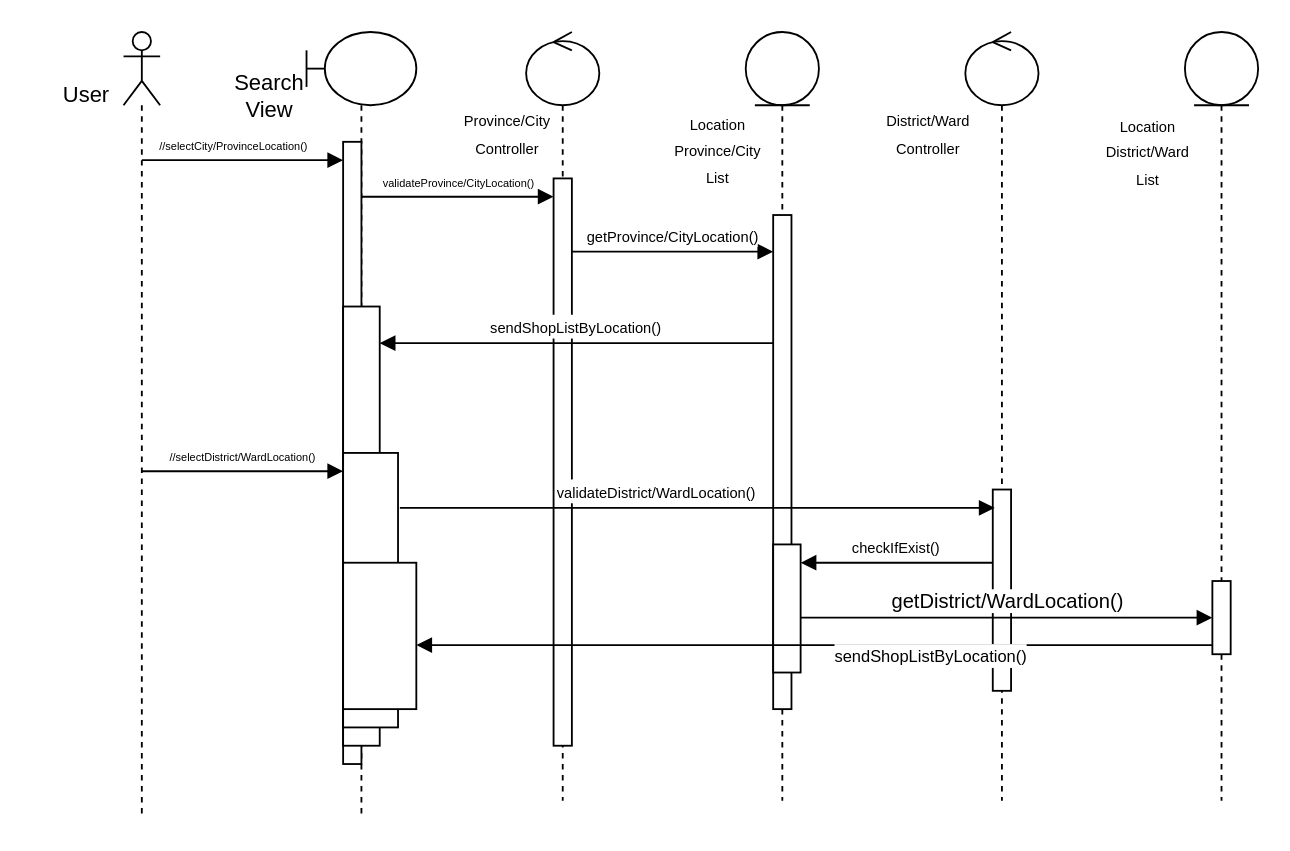
Earlier version of the draw.io diagram page "Design" (3 of 4) of Biểu đồ không có tiêu đề.drawio (TrungQuannn/ss2). Source tidied: cells renumbered, new cells numbered last; positions are measured from the earlier drawing's top-left corner, leaving out a move shared by most shapes. Both pictures are drawn from the tidied source at 183%, with x=0, y=0 at pixel (31, 31).
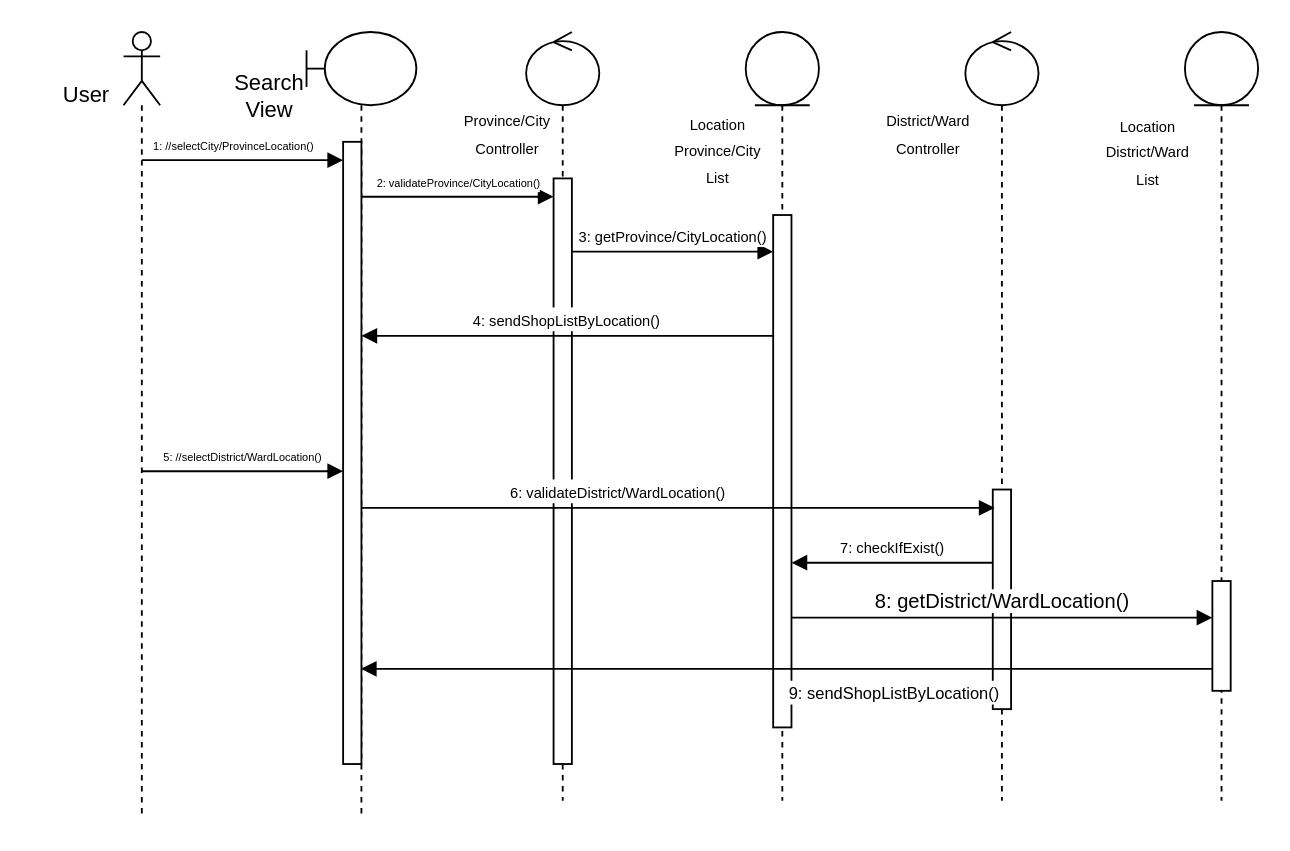
After the change.

Unchanged cells that the change refers to:
```xml
<mxCell id="3" style="shape=umlLifeline;perimeter=lifelinePerimeter;whiteSpace=wrap;html=1;newEdgeStyle={&quot;curved&quot;:0,&quot;rounded&quot;:0};participant=umlBoundary;" parent="1" vertex="1">
  <mxGeometry x="150" width="60" height="430" as="geometry" />
</mxCell>
<mxCell id="4" style="html=1;points=[[0,0,0,0,5],[0,1,0,0,-5],[1,0,0,0,5],[1,1,0,0,-5]];perimeter=orthogonalPerimeter;outlineConnect=0;targetShapes=umlLifeline;portConstraint=eastwest;newEdgeStyle={&quot;curved&quot;:0,&quot;rounded&quot;:0};" parent="3" vertex="1">
  <mxGeometry x="20" y="60" width="10" height="340" as="geometry" />
</mxCell>
<mxCell id="8" style="shape=umlLifeline;perimeter=lifelinePerimeter;whiteSpace=wrap;html=1;newEdgeStyle={&quot;curved&quot;:0,&quot;rounded&quot;:0};participant=umlEntity;" parent="1" vertex="1">
  <mxGeometry x="390" width="40" height="420" as="geometry" />
</mxCell>
<mxCell id="11" style="shape=umlLifeline;perimeter=lifelinePerimeter;whiteSpace=wrap;html=1;newEdgeStyle={&quot;curved&quot;:0,&quot;rounded&quot;:0};participant=umlEntity;" parent="1" vertex="1">
  <mxGeometry x="630" width="40" height="420" as="geometry" />
</mxCell>
<mxCell id="13" style="shape=umlLifeline;perimeter=lifelinePerimeter;whiteSpace=wrap;html=1;newEdgeStyle={&quot;curved&quot;:0,&quot;rounded&quot;:0};participant=umlControl;" parent="1" vertex="1">
  <mxGeometry x="270" width="40" height="420" as="geometry" />
</mxCell>
<mxCell id="15" style="shape=umlLifeline;perimeter=lifelinePerimeter;whiteSpace=wrap;html=1;newEdgeStyle={&quot;curved&quot;:0,&quot;rounded&quot;:0};participant=umlControl;" parent="1" vertex="1">
  <mxGeometry x="510" width="40" height="420" as="geometry" />
</mxCell>
```

The edit, as a diff of the source:
```diff
@@
-    <mxCell id="5" style="html=1;perimeter=orthogonalPerimeter;targetShapes=umlLifeline;newEdgeStyle={&quot;curved&quot;:0,&quot;rounded&quot;:0};" parent="3" vertex="1">
-      <mxGeometry x="20" y="150" width="20" height="240" as="geometry" />
-    </mxCell>
-    <mxCell id="6" style="html=1;perimeter=orthogonalPerimeter;targetShapes=umlLifeline;newEdgeStyle={&quot;curved&quot;:0,&quot;rounded&quot;:0};" parent="3" vertex="1">
-      <mxGeometry x="20" y="230" width="30" height="150" as="geometry" />
-    </mxCell>
-    <mxCell id="7" style="html=1;points=[[0,0,0,0,5],[0,1,0,0,-5],[1,0,0,0,5],[1,1,0,0,-5]];perimeter=orthogonalPerimeter;outlineConnect=0;targetShapes=umlLifeline;portConstraint=eastwest;newEdgeStyle={&quot;curved&quot;:0,&quot;rounded&quot;:0};" parent="3" vertex="1">
-      <mxGeometry x="20" y="290" width="40" height="80" as="geometry" />
-    </mxCell>
@@
     <mxCell id="9" style="html=1;points=[[0,0,0,0,5],[0,1,0,0,-5],[1,0,0,0,5],[1,1,0,0,-5]];perimeter=orthogonalPerimeter;outlineConnect=0;targetShapes=umlLifeline;portConstraint=eastwest;newEdgeStyle={&quot;curved&quot;:0,&quot;rounded&quot;:0};" parent="8" vertex="1">
-      <mxGeometry x="15" y="100" width="10" height="270" as="geometry" />
+      <mxGeometry x="15" y="100" width="10" height="280" as="geometry" />
     </mxCell>
-    <mxCell id="10" style="html=1;points=[[0,0,0,0,5],[0,1,0,0,-5],[1,0,0,0,5],[1,1,0,0,-5]];perimeter=orthogonalPerimeter;outlineConnect=0;targetShapes=umlLifeline;portConstraint=eastwest;newEdgeStyle={&quot;curved&quot;:0,&quot;rounded&quot;:0};" parent="8" vertex="1">
-      <mxGeometry x="15" y="280" width="15" height="70" as="geometry" />
-    </mxCell>
@@
     <mxCell id="12" style="html=1;points=[[0,0,0,0,5],[0,1,0,0,-5],[1,0,0,0,5],[1,1,0,0,-5]];perimeter=orthogonalPerimeter;outlineConnect=0;targetShapes=umlLifeline;portConstraint=eastwest;newEdgeStyle={&quot;curved&quot;:0,&quot;rounded&quot;:0};" parent="11" vertex="1">
-      <mxGeometry x="15" y="300" width="10" height="40" as="geometry" />
+      <mxGeometry x="15" y="300" width="10" height="60" as="geometry" />
     </mxCell>
@@
     <mxCell id="14" style="html=1;points=[[0,0,0,0,5],[0,1,0,0,-5],[1,0,0,0,5],[1,1,0,0,-5]];perimeter=orthogonalPerimeter;outlineConnect=0;targetShapes=umlLifeline;portConstraint=eastwest;newEdgeStyle={&quot;curved&quot;:0,&quot;rounded&quot;:0};" parent="13" vertex="1">
-      <mxGeometry x="15" y="80" width="10" height="310" as="geometry" />
+      <mxGeometry x="15" y="80" width="10" height="320" as="geometry" />
     </mxCell>
@@
     <mxCell id="16" style="html=1;points=[[0,0,0,0,5],[0,1,0,0,-5],[1,0,0,0,5],[1,1,0,0,-5]];perimeter=orthogonalPerimeter;outlineConnect=0;targetShapes=umlLifeline;portConstraint=eastwest;newEdgeStyle={&quot;curved&quot;:0,&quot;rounded&quot;:0};" parent="15" vertex="1">
-      <mxGeometry x="15" y="250" width="10" height="110" as="geometry" />
+      <mxGeometry x="15" y="250" width="10" height="120" as="geometry" />
     </mxCell>
-    <mxCell id="17" value="&lt;font style=&quot;font-size: 6px;&quot;&gt;//selectCity/ProvinceLocation()&lt;/font&gt;" style="html=1;verticalAlign=bottom;endArrow=block;curved=0;rounded=0;" parent="1" edge="1">
+    <mxCell id="17" value="&lt;font style=&quot;font-size: 6px;&quot;&gt;1: //selectCity/ProvinceLocation()&lt;/font&gt;" style="html=1;verticalAlign=bottom;endArrow=block;curved=0;rounded=0;" parent="1" edge="1">
       <mxGeometry x="-0.09" relative="1" as="geometry">
         <mxPoint x="60" y="70" as="sourcePoint" />
         <mxPoint x="170" y="70" as="targetPoint" />
       </mxGeometry>
     </mxCell>
-    <mxCell id="18" value="&lt;font style=&quot;font-size: 6px;&quot;&gt;//selectDistrict/WardLocation()&lt;/font&gt;" style="html=1;verticalAlign=bottom;endArrow=block;curved=0;rounded=0;" parent="1" edge="1">
+    <mxCell id="18" value="&lt;font style=&quot;font-size: 6px;&quot;&gt;5: //selectDistrict/WardLocation()&lt;/font&gt;" style="html=1;verticalAlign=bottom;endArrow=block;curved=0;rounded=0;" parent="1" edge="1">
       <mxGeometry relative="1" as="geometry">
         <mxPoint x="60" y="240" as="sourcePoint" />
         <mxPoint x="170" y="240" as="targetPoint" />
       </mxGeometry>
     </mxCell>
-    <mxCell id="19" value="&lt;font style=&quot;font-size: 6px;&quot;&gt;validateProvince/CityLocation()&lt;/font&gt;" style="html=1;verticalAlign=bottom;endArrow=block;curved=0;rounded=0;" parent="1" edge="1" target="14">
+    <mxCell id="19" value="&lt;font style=&quot;font-size: 6px;&quot;&gt;2: validateProvince/CityLocation()&lt;/font&gt;" style="html=1;verticalAlign=bottom;endArrow=block;curved=0;rounded=0;" parent="1" edge="1" target="14">
       <mxGeometry relative="1" as="geometry">
         <mxPoint x="180" y="90" as="sourcePoint" />
       </mxGeometry>
     </mxCell>
-    <mxCell id="20" value="&lt;font style=&quot;font-size: 8px;&quot;&gt;getProvince/CityLocation()&lt;/font&gt;" style="html=1;verticalAlign=bottom;endArrow=block;curved=0;rounded=0;" parent="1" edge="1" target="9">
+    <mxCell id="20" value="&lt;font style=&quot;font-size: 8px;&quot;&gt;3: getProvince/CityLocation()&lt;/font&gt;" style="html=1;verticalAlign=bottom;endArrow=block;curved=0;rounded=0;" parent="1" edge="1" target="9">
       <mxGeometry relative="1" as="geometry">
         <mxPoint x="295" y="120" as="sourcePoint" />
       </mxGeometry>
     </mxCell>
-    <mxCell id="21" value="&lt;font style=&quot;font-size: 8px;&quot;&gt;sendShopListByLocation()&lt;/font&gt;" style="html=1;verticalAlign=bottom;endArrow=block;curved=0;rounded=0;" parent="1" edge="1" source="9">
+    <mxCell id="21" value="&lt;font style=&quot;font-size: 8px;&quot;&gt;4: sendShopListByLocation()&lt;/font&gt;" style="html=1;verticalAlign=bottom;endArrow=block;curved=0;rounded=0;" parent="1" edge="1">
       <mxGeometry relative="1" as="geometry">
-        <mxPoint x="190" y="170" as="targetPoint" />
+        <mxPoint x="405" y="166" as="sourcePoint" />
+        <mxPoint x="180" y="166" as="targetPoint" />
       </mxGeometry>
     </mxCell>
-    <mxCell id="22" value="&lt;font style=&quot;font-size: 8px;&quot;&gt;validateDistrict/WardLocation()&lt;/font&gt;" style="html=1;verticalAlign=bottom;endArrow=block;curved=0;rounded=0;" parent="1" edge="1">
-      <mxGeometry x="-0.14" relative="1" as="geometry">
-        <mxPoint x="201" y="260" as="sourcePoint" />
+    <mxCell id="22" value="&lt;font style=&quot;font-size: 8px;&quot;&gt;6: validateDistrict/WardLocation()&lt;/font&gt;" style="html=1;verticalAlign=bottom;endArrow=block;curved=0;rounded=0;" parent="1" edge="1" source="4">
+      <mxGeometry x="-0.19" relative="1" as="geometry">
         <mxPoint x="526" y="260" as="targetPoint" />
       </mxGeometry>
     </mxCell>
-    <mxCell id="23" value="&lt;font style=&quot;font-size: 8px;&quot;&gt;checkIfExist()&lt;/font&gt;" style="html=1;verticalAlign=bottom;endArrow=block;curved=0;rounded=0;" parent="1" edge="1" source="16">
+    <mxCell id="23" value="&lt;font style=&quot;font-size: 8px;&quot;&gt;7: checkIfExist()&lt;/font&gt;" style="html=1;verticalAlign=bottom;endArrow=block;curved=0;rounded=0;" parent="1" edge="1">
       <mxGeometry relative="1" as="geometry">
-        <mxPoint x="420" y="290" as="targetPoint" />
+        <mxPoint x="525" y="290" as="sourcePoint" />
+        <mxPoint x="415" y="290" as="targetPoint" />
       </mxGeometry>
     </mxCell>
-    <mxCell id="24" value="getDistrict/WardLocation()" style="html=1;verticalAlign=bottom;endArrow=block;curved=0;rounded=0;" parent="1" edge="1" source="10" target="12">
+    <mxCell id="24" value="8: getDistrict/WardLocation()" style="html=1;verticalAlign=bottom;endArrow=block;curved=0;rounded=0;" parent="1" edge="1" source="9" target="12">
       <mxGeometry relative="1" as="geometry">
         <Array as="points">
           <mxPoint x="617.5" y="320" />
         </Array>
       </mxGeometry>
     </mxCell>
-    <mxCell id="25" value="&lt;font style=&quot;font-size: 9px;&quot;&gt;sendShopListByLocation()&lt;/font&gt;" style="html=1;verticalAlign=bottom;endArrow=block;curved=0;rounded=0;exitX=0;exitY=1;exitDx=0;exitDy=-5;exitPerimeter=0;" parent="1" edge="1" source="12" target="7">
-      <mxGeometry x="-0.29" y="15" relative="1" as="geometry" />
+    <mxCell id="25" value="&lt;font style=&quot;font-size: 9px;&quot;&gt;9: sendShopListByLocation()&lt;/font&gt;" style="html=1;verticalAlign=bottom;endArrow=block;curved=0;rounded=0;exitX=0;exitY=1;exitDx=0;exitDy=-5;exitPerimeter=0;" parent="1" edge="1">
+      <mxGeometry x="-0.25" y="22" relative="1" as="geometry">
+        <mxPoint x="645" y="348" as="sourcePoint" />
+        <mxPoint x="179.7" y="348" as="targetPoint" />
+      </mxGeometry>
     </mxCell>
```
